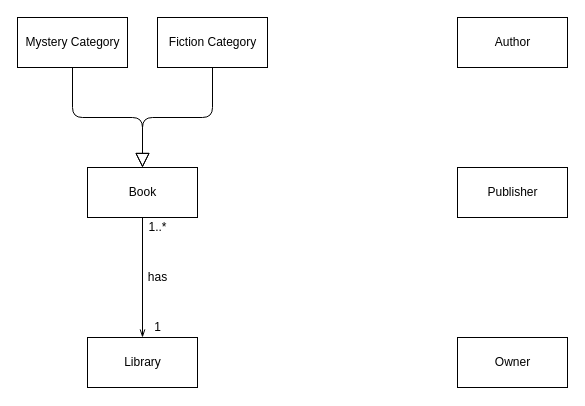
This is Q3.drawio from ainulraheem/Week2ClassDiagram, a draw.io file, before an edit. Source tidied: cells renumbered, new cells numbered last; positions are measured from the earlier drawing's top-left corner, leaving out a move shared by most shapes. Both pictures are drawn from the tidied source at 100%, with x=0, y=0 at pixel (17, 17).
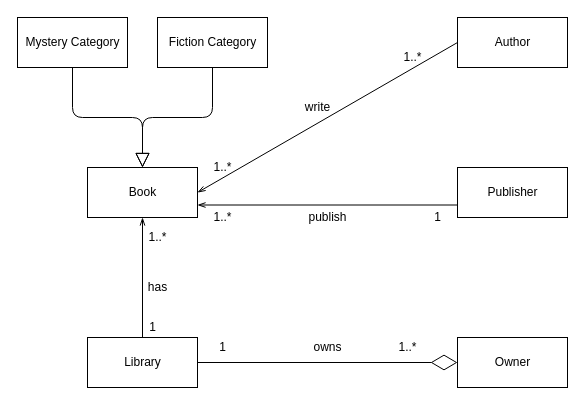
After the change.

Unchanged cells that the change refers to:
```xml
<mxCell id="3" value="Book" style="html=1;" parent="1" vertex="1">
  <mxGeometry x="70" y="150" width="110" height="50" as="geometry" />
</mxCell>
<mxCell id="4" value="Author" style="html=1;" parent="1" vertex="1">
  <mxGeometry x="440" width="110" height="50" as="geometry" />
</mxCell>
<mxCell id="5" value="Publisher" style="html=1;" parent="1" vertex="1">
  <mxGeometry x="440" y="150" width="110" height="50" as="geometry" />
</mxCell>
<mxCell id="6" value="Owner" style="html=1;" parent="1" vertex="1">
  <mxGeometry x="440" y="320" width="110" height="50" as="geometry" />
</mxCell>
<mxCell id="7" value="Library" style="html=1;" parent="1" vertex="1">
  <mxGeometry x="70" y="320" width="110" height="50" as="geometry" />
</mxCell>
```

The edit, as a diff of the source:
```diff
@@
-    <mxCell id="2" style="edgeStyle=orthogonalEdgeStyle;rounded=0;jettySize=auto;html=1;exitX=0.5;exitY=1;exitDx=0;exitDy=0;entryX=0.5;entryY=0;entryDx=0;entryDy=0;endArrow=openThin;endFill=0;" parent="1" edge="1" source="3" target="7">
+    <mxCell id="2" style="edgeStyle=orthogonalEdgeStyle;rounded=0;jettySize=auto;html=1;entryX=0.5;entryY=1;entryDx=0;entryDy=0;endArrow=openThin;endFill=0;exitX=0.5;exitY=0;exitDx=0;exitDy=0;" parent="1" edge="1" source="7" target="3">
       <mxGeometry relative="1" as="geometry" />
     </mxCell>
@@
     <mxCell id="12" value="1..*" style="text;html=1;align=center;verticalAlign=middle;" parent="1" vertex="1">
-      <mxGeometry x="125" y="200" width="30" height="20" as="geometry" />
+      <mxGeometry x="125" y="210" width="30" height="20" as="geometry" />
     </mxCell>
     <mxCell id="13" value="has" style="text;html=1;align=center;verticalAlign=middle;" parent="1" vertex="1">
-      <mxGeometry x="125" y="250" width="30" height="20" as="geometry" />
+      <mxGeometry x="125" y="260" width="30" height="20" as="geometry" />
     </mxCell>
     <mxCell id="14" value="1" style="text;html=1;align=center;verticalAlign=middle;" parent="1" vertex="1">
-      <mxGeometry x="130" y="300" width="20" height="20" as="geometry" />
+      <mxGeometry x="125" y="300" width="20" height="20" as="geometry" />
     </mxCell>
+    <mxCell id="15" value="write" style="text;html=1;align=center;verticalAlign=middle;rotation=0;" parent="1" vertex="1">
+      <mxGeometry x="280" y="80" width="40" height="20" as="geometry" />
+    </mxCell>
+    <mxCell id="16" value="1..*" style="text;html=1;align=center;verticalAlign=middle;rotation=0;" parent="1" vertex="1">
+      <mxGeometry x="380" y="30" width="30" height="20" as="geometry" />
+    </mxCell>
+    <mxCell id="17" value="1..*" style="text;html=1;align=center;verticalAlign=middle;rotation=0;" parent="1" vertex="1">
+      <mxGeometry x="190" y="140" width="30" height="20" as="geometry" />
+    </mxCell>
+    <mxCell id="18" value="1..*" style="text;html=1;align=center;verticalAlign=middle;" parent="1" vertex="1">
+      <mxGeometry x="375" y="320" width="30" height="20" as="geometry" />
+    </mxCell>
+    <mxCell id="19" value="1" style="text;html=1;align=center;verticalAlign=middle;" parent="1" vertex="1">
+      <mxGeometry x="195" y="320" width="20" height="20" as="geometry" />
+    </mxCell>
+    <mxCell id="20" value="owns" style="text;html=1;align=center;verticalAlign=middle;" parent="1" vertex="1">
+      <mxGeometry x="290" y="320" width="40" height="20" as="geometry" />
+    </mxCell>
+    <mxCell id="21" value="1..*" style="text;html=1;align=center;verticalAlign=middle;" parent="1" vertex="1">
+      <mxGeometry x="190" y="190" width="30" height="20" as="geometry" />
+    </mxCell>
+    <mxCell id="22" value="1" style="text;html=1;align=center;verticalAlign=middle;" parent="1" vertex="1">
+      <mxGeometry x="410" y="190" width="20" height="20" as="geometry" />
+    </mxCell>
+    <mxCell id="23" value="publish" style="text;html=1;align=center;verticalAlign=middle;" parent="1" vertex="1">
+      <mxGeometry x="285" y="190" width="50" height="20" as="geometry" />
+    </mxCell>
+    <mxCell id="24" style="edgeStyle=orthogonalEdgeStyle;rounded=0;jettySize=auto;html=1;exitX=1;exitY=0.75;exitDx=0;exitDy=0;entryX=0;entryY=0.75;entryDx=0;entryDy=0;endArrow=none;endFill=0;strokeColor=#000000;startArrow=openThin;startFill=0;" parent="1" edge="1" source="3" target="5">
+      <mxGeometry relative="1" as="geometry" />
+    </mxCell>
+    <mxCell id="25" style="endArrow=diamondThin;endFill=0;endSize=24;html=1;strokeColor=#000000;exitX=1;exitY=0.5;exitDx=0;exitDy=0;entryX=0;entryY=0.5;entryDx=0;entryDy=0;" parent="1" edge="1" source="7" target="6">
+      <mxGeometry relative="1" as="geometry" />
+    </mxCell>
+    <mxCell id="26" style="endArrow=none;endFill=0;endSize=24;html=1;strokeColor=#000000;entryX=0;entryY=0.5;entryDx=0;entryDy=0;exitX=1;exitY=0.5;exitDx=0;exitDy=0;startArrow=openThin;startFill=0;" parent="1" edge="1" source="3" target="4">
+      <mxGeometry relative="1" as="geometry" />
+    </mxCell>
```
